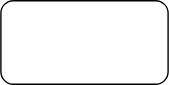
shakamo/booklyn2 keeps this draw.io diagram as Booklyn.svg. Above is the earlier version. Source tidied: cells renumbered, new cells last; positions are measured from the earlier drawing's top-left corner, leaving out a move shared by most shapes.
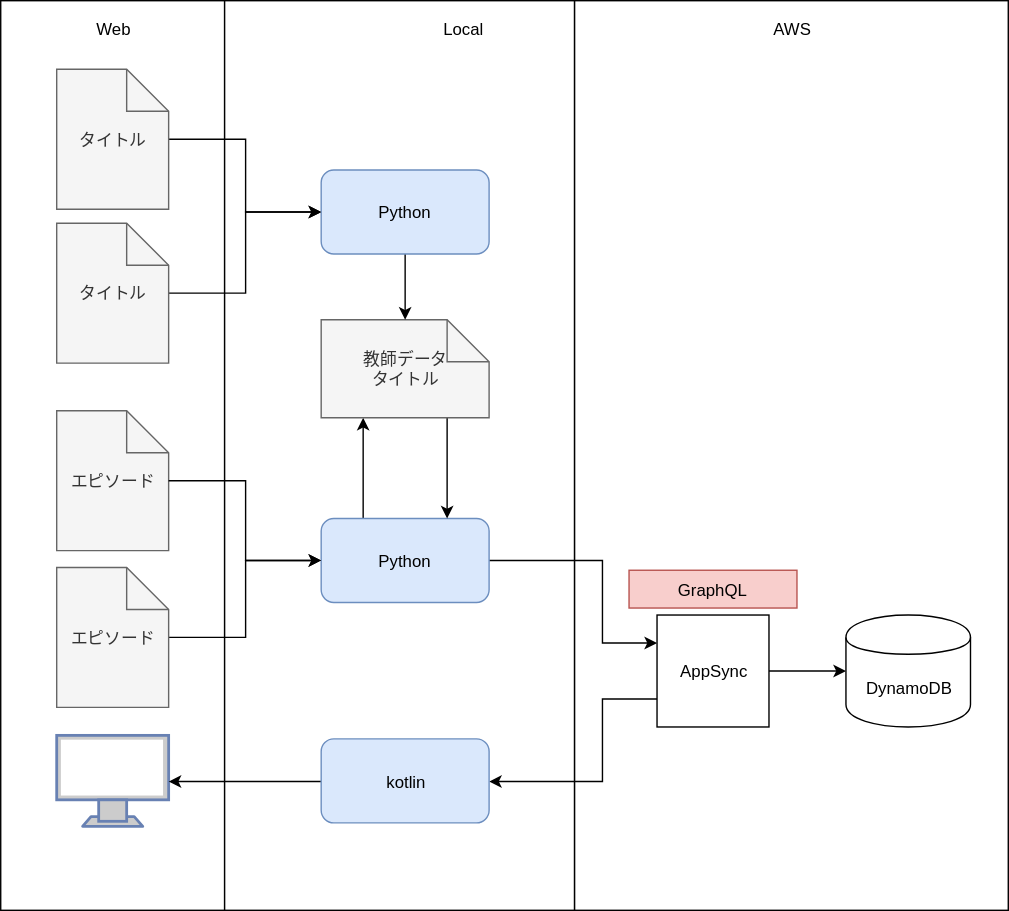
The same diagram one commit later.

Diff of the diagram source:
```diff
@@ -2,8 +2,102 @@
   <root>
     <mxCell id="0" />
     <mxCell id="1" parent="0" />
+    <mxCell id="3" style="rounded=0;whiteSpace=wrap;html=1;" parent="1" vertex="1">
+      <mxGeometry x="181" y="-370" width="310" height="650" as="geometry" />
+    </mxCell>
+    <mxCell id="4" style="rounded=0;whiteSpace=wrap;html=1;" parent="1" vertex="1">
+      <mxGeometry x="-229" y="-370" width="160" height="650" as="geometry" />
+    </mxCell>
+    <mxCell id="5" style="rounded=0;whiteSpace=wrap;html=1;" parent="1" vertex="1">
+      <mxGeometry x="-69" y="-370" width="250" height="650" as="geometry" />
+    </mxCell>
+    <mxCell id="6" value="エピソード" style="shape=note;whiteSpace=wrap;html=1;backgroundOutline=1;fillColor=#f5f5f5;strokeColor=#666666;fontColor=#333333;" parent="1" vertex="1">
+      <mxGeometry x="-189" y="-77" width="80" height="100" as="geometry" />
+    </mxCell>
+    <mxCell id="7" style="edgeStyle=orthogonalEdgeStyle;rounded=0;html=1;entryX=0;entryY=0.25;jettySize=auto;exitX=1;exitY=0.5;" parent="1" edge="1" source="2" target="23">
+      <mxGeometry relative="1" as="geometry">
+        <Array as="points">
+          <mxPoint x="201" y="30" />
+          <mxPoint x="201" y="89" />
+        </Array>
+      </mxGeometry>
+    </mxCell>
+    <mxCell id="8" style="edgeStyle=orthogonalEdgeStyle;rounded=0;html=1;exitX=0.25;exitY=0;entryX=0.25;entryY=1;jettySize=auto;" parent="1" edge="1" source="2" target="13">
+      <mxGeometry relative="1" as="geometry" />
+    </mxCell>
-    <mxCell id="2" style="rounded=1;whiteSpace=wrap;html=1;" parent="1" vertex="1">
+    <mxCell id="2" value="Python" style="rounded=1;whiteSpace=wrap;html=1;fillColor=#dae8fc;strokeColor=#6c8ebf;" parent="1" vertex="1">
       <mxGeometry width="120" height="60" as="geometry" />
     </mxCell>
+    <mxCell id="9" style="edgeStyle=orthogonalEdgeStyle;rounded=0;html=1;entryX=0;entryY=0.5;jettySize=auto;exitX=1;exitY=0.5;" parent="1" edge="1" source="6" target="2">
+      <mxGeometry relative="1" as="geometry" />
+    </mxCell>
+    <mxCell id="10" value="Web" style="text;html=1;strokeColor=none;fillColor=none;align=center;verticalAlign=middle;whiteSpace=wrap;rounded=0;" parent="1" vertex="1">
+      <mxGeometry x="-169" y="-360" width="40" height="20" as="geometry" />
+    </mxCell>
+    <mxCell id="11" value="Local" style="text;html=1;strokeColor=none;fillColor=none;align=center;verticalAlign=middle;whiteSpace=wrap;rounded=0;" parent="1" vertex="1">
+      <mxGeometry x="81" y="-360" width="40" height="20" as="geometry" />
+    </mxCell>
+    <mxCell id="12" style="edgeStyle=orthogonalEdgeStyle;rounded=0;html=1;entryX=0.75;entryY=0;jettySize=auto;exitX=0.75;exitY=1;" parent="1" edge="1" source="13" target="2">
+      <mxGeometry relative="1" as="geometry" />
+    </mxCell>
+    <mxCell id="13" value="教師データ&lt;br&gt;タイトル" style="shape=note;whiteSpace=wrap;html=1;backgroundOutline=1;fillColor=#f5f5f5;strokeColor=#666666;fontColor=#333333;" parent="1" vertex="1">
+      <mxGeometry y="-142" width="120" height="70" as="geometry" />
+    </mxCell>
+    <mxCell id="14" style="edgeStyle=orthogonalEdgeStyle;rounded=0;html=1;entryX=0;entryY=0.5;jettySize=auto;" parent="1" edge="1" source="15" target="17">
+      <mxGeometry relative="1" as="geometry" />
+    </mxCell>
+    <mxCell id="15" value="タイトル" style="shape=note;whiteSpace=wrap;html=1;backgroundOutline=1;fillColor=#f5f5f5;strokeColor=#666666;fontColor=#333333;" parent="1" vertex="1">
+      <mxGeometry x="-189" y="-321" width="80" height="100" as="geometry" />
+    </mxCell>
+    <mxCell id="16" style="edgeStyle=orthogonalEdgeStyle;rounded=0;html=1;entryX=0.5;entryY=0;jettySize=auto;exitX=0.5;exitY=1;" parent="1" edge="1" source="17" target="13">
+      <mxGeometry relative="1" as="geometry" />
+    </mxCell>
+    <mxCell id="17" value="Python" style="rounded=1;whiteSpace=wrap;html=1;fillColor=#dae8fc;strokeColor=#6c8ebf;" parent="1" vertex="1">
+      <mxGeometry y="-249" width="120" height="60" as="geometry" />
+    </mxCell>
+    <mxCell id="18" style="edgeStyle=orthogonalEdgeStyle;rounded=0;html=1;exitX=1;exitY=0.5;jettySize=auto;entryX=0;entryY=0.5;" parent="1" edge="1" source="19" target="17">
+      <mxGeometry relative="1" as="geometry" />
+    </mxCell>
+    <mxCell id="19" value="タイトル" style="shape=note;whiteSpace=wrap;html=1;backgroundOutline=1;fillColor=#f5f5f5;strokeColor=#666666;fontColor=#333333;" parent="1" vertex="1">
+      <mxGeometry x="-189" y="-211" width="80" height="100" as="geometry" />
+    </mxCell>
+    <mxCell id="20" value="AWS" style="text;html=1;strokeColor=none;fillColor=none;align=center;verticalAlign=middle;whiteSpace=wrap;rounded=0;" parent="1" vertex="1">
+      <mxGeometry x="316" y="-360" width="40" height="20" as="geometry" />
+    </mxCell>
+    <mxCell id="21" style="edgeStyle=orthogonalEdgeStyle;rounded=0;html=1;entryX=0;entryY=0.5;jettySize=auto;" parent="1" edge="1" source="23" target="24">
+      <mxGeometry relative="1" as="geometry" />
+    </mxCell>
+    <mxCell id="22" style="edgeStyle=orthogonalEdgeStyle;rounded=0;html=1;exitX=0;exitY=0.75;entryX=1;entryY=0.5;jettySize=auto;" parent="1" edge="1" source="23" target="28">
+      <mxGeometry relative="1" as="geometry">
+        <Array as="points">
+          <mxPoint x="201" y="129" />
+          <mxPoint x="201" y="188" />
+        </Array>
+      </mxGeometry>
+    </mxCell>
+    <mxCell id="23" value="AppSync" style="whiteSpace=wrap;html=1;" parent="1" vertex="1">
+      <mxGeometry x="240" y="69" width="80" height="80" as="geometry" />
+    </mxCell>
+    <mxCell id="24" value="DynamoDB" style="shape=cylinder;whiteSpace=wrap;html=1;boundedLbl=1;backgroundOutline=1;" parent="1" vertex="1">
+      <mxGeometry x="375" y="69" width="89" height="80" as="geometry" />
+    </mxCell>
+    <mxCell id="25" value="GraphQL" style="rounded=0;whiteSpace=wrap;html=1;fillColor=#f8cecc;strokeColor=#b85450;" parent="1" vertex="1">
+      <mxGeometry x="220" y="37" width="120" height="27" as="geometry" />
+    </mxCell>
+    <mxCell id="26" style="fontColor=#0066CC;verticalAlign=top;verticalLabelPosition=bottom;labelPosition=center;align=center;html=1;outlineConnect=0;fillColor=#CCCCCC;strokeColor=#6881B3;gradientColor=none;gradientDirection=north;strokeWidth=2;shape=mxgraph.networks.monitor;" parent="1" vertex="1">
+      <mxGeometry x="-189" y="155" width="80" height="65" as="geometry" />
+    </mxCell>
+    <mxCell id="27" style="edgeStyle=orthogonalEdgeStyle;rounded=0;html=1;entryX=1;entryY=0.5;entryPerimeter=0;jettySize=auto;" parent="1" edge="1" source="28" target="26">
+      <mxGeometry relative="1" as="geometry" />
+    </mxCell>
+    <mxCell id="28" value="kotlin" style="rounded=1;whiteSpace=wrap;html=1;fillColor=#dae8fc;strokeColor=#6c8ebf;" parent="1" vertex="1">
+      <mxGeometry y="157.5" width="120" height="60" as="geometry" />
+    </mxCell>
+    <mxCell id="29" style="edgeStyle=orthogonalEdgeStyle;rounded=0;html=1;entryX=0;entryY=0.5;jettySize=auto;" parent="1" edge="1" source="30" target="2">
+      <mxGeometry relative="1" as="geometry" />
+    </mxCell>
+    <mxCell id="30" value="エピソード" style="shape=note;whiteSpace=wrap;html=1;backgroundOutline=1;fillColor=#f5f5f5;strokeColor=#666666;fontColor=#333333;" parent="1" vertex="1">
+      <mxGeometry x="-189" y="35" width="80" height="100" as="geometry" />
+    </mxCell>
   </root>
 </mxGraphModel>
```
